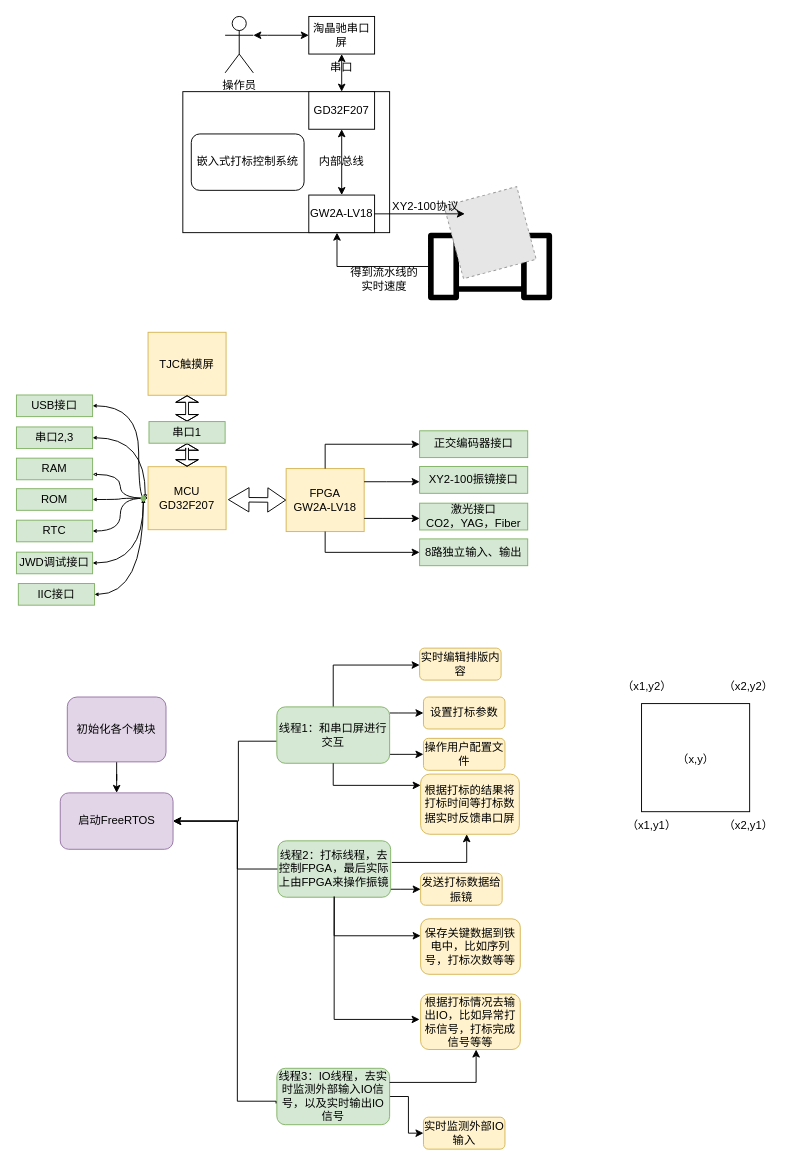
Before: img/未命名绘图.drawio in ForestLH/imghost, a draw.io diagram. Source tidied: cells renumbered, new cells numbered last; positions are measured from the earlier drawing's top-left corner, leaving out a move shared by most shapes. Both pictures are drawn from the tidied source at 94%, with x=0, y=0 at pixel (16, 16). Pictures stored in the file or linked from it are replaced by grey dashed boxes.
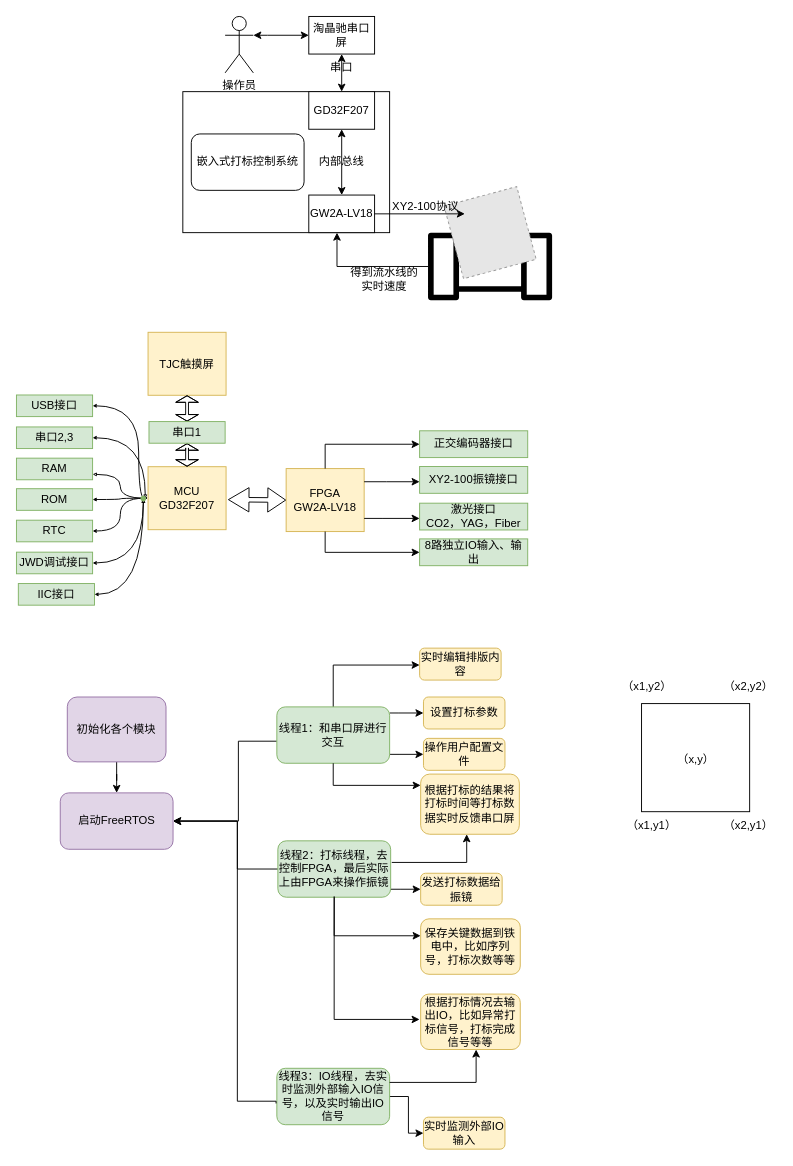
Above is the later version.

Commit message:
更新未命名绘图.drawio

Diff of the diagram source:
```diff
@@
-    <mxCell id="32" value="8路独立输入、输出" style="rounded=0;whiteSpace=wrap;html=1;fillStyle=auto;strokeColor=#82b366;strokeWidth=1;fillColor=#d5e8d4;" parent="1" vertex="1">
+    <mxCell id="32" value="8路独立IO输入、输出" style="rounded=0;whiteSpace=wrap;html=1;fillStyle=auto;strokeColor=#82b366;strokeWidth=1;fillColor=#d5e8d4;" parent="1" vertex="1">
       <mxGeometry x="428.9" y="555.8" width="115" height="28.5" as="geometry" />
     </mxCell>
```
